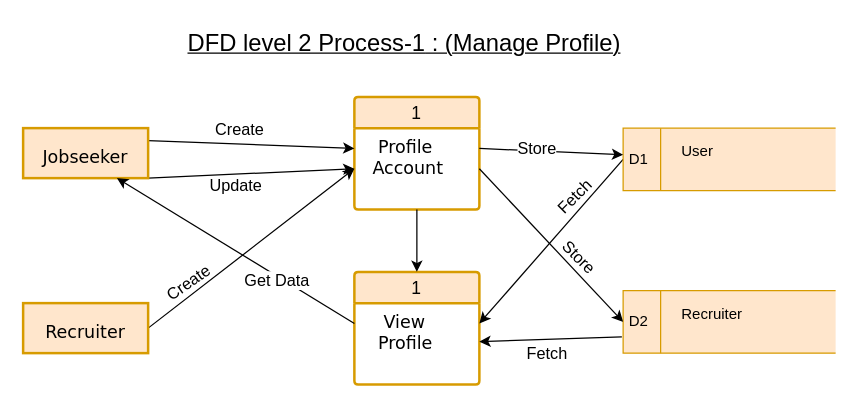
The draw.io diagram page "Page-6" (6 of 10) of public/uploads/Untitled Diagram.drawio in musaddak7/jobportalbd, before the edit. Source tidied: cells renumbered, new cells numbered last; positions are measured from the earlier drawing's top-left corner, leaving out a move shared by most shapes. Both pictures are drawn from the tidied source at 125%, with x=0, y=0 at pixel (22, 21).
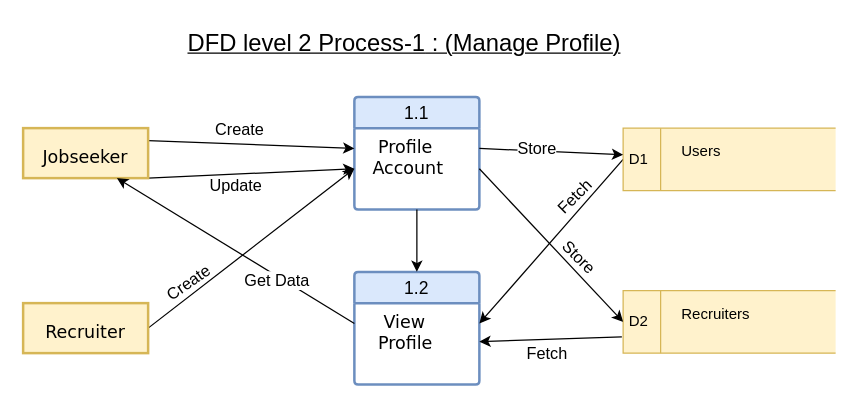
Above is the later version.

The edit, as a diff of the source:
```diff
@@
-    <mxCell id="2" value="1" style="swimlane;horizontal=1;startSize=25;rounded=1;fontSize=14;fontStyle=0;strokeWidth=2;shadow=0;dashed=0;align=center;arcSize=4;whiteSpace=wrap;html=1;fillColor=#ffe6cc;strokeColor=#d79b00;" parent="1" vertex="1">
+    <mxCell id="2" value="1.1" style="swimlane;horizontal=1;startSize=25;rounded=1;fontSize=14;fontStyle=0;strokeWidth=2;shadow=0;dashed=0;align=center;arcSize=4;whiteSpace=wrap;html=1;fillColor=#dae8fc;strokeColor=#6c8ebf;" parent="1" vertex="1">
       <mxGeometry x="265" y="60" width="100" height="90" as="geometry" />
     </mxCell>
@@
-    <mxCell id="4" value="1" style="swimlane;horizontal=1;startSize=25;rounded=1;fontSize=14;fontStyle=0;strokeWidth=2;shadow=0;dashed=0;align=center;arcSize=4;whiteSpace=wrap;html=1;fillColor=#ffe6cc;strokeColor=#d79b00;" parent="1" vertex="1">
+    <mxCell id="4" value="1.2" style="swimlane;horizontal=1;startSize=25;rounded=1;fontSize=14;fontStyle=0;strokeWidth=2;shadow=0;dashed=0;align=center;arcSize=4;whiteSpace=wrap;html=1;fillColor=#dae8fc;strokeColor=#6c8ebf;" parent="1" vertex="1">
       <mxGeometry x="265" y="200" width="100" height="90" as="geometry" />
     </mxCell>
@@
-    <mxCell id="11" value="&lt;font face=&quot;Verdana&quot; style=&quot;font-size: 14px;&quot;&gt;Jobseeker&lt;/font&gt;" style="whiteSpace=wrap;html=1;align=center;labelBackgroundColor=none;labelBorderColor=none;fontSize=14;spacing=20;spacingTop=6;strokeWidth=2;fillColor=#ffe6cc;strokeColor=#d79b00;" parent="1" vertex="1">
+    <mxCell id="11" value="&lt;font face=&quot;Verdana&quot; style=&quot;font-size: 14px;&quot;&gt;Jobseeker&lt;/font&gt;" style="whiteSpace=wrap;html=1;align=center;labelBackgroundColor=none;labelBorderColor=none;fontSize=14;spacing=20;spacingTop=6;strokeWidth=2;fillColor=#fff2cc;strokeColor=#d6b656;" parent="1" vertex="1">
       <mxGeometry y="85" width="100" height="40" as="geometry" />
     </mxCell>
@@
-    <mxCell id="13" value="&lt;font face=&quot;Verdana&quot;&gt;Recruiter&lt;/font&gt;" style="whiteSpace=wrap;html=1;align=center;labelBackgroundColor=none;labelBorderColor=none;fontSize=14;spacing=20;spacingTop=6;strokeWidth=2;fillColor=#ffe6cc;strokeColor=#d79b00;" parent="1" vertex="1">
+    <mxCell id="13" value="&lt;font face=&quot;Verdana&quot;&gt;Recruiter&lt;/font&gt;" style="whiteSpace=wrap;html=1;align=center;labelBackgroundColor=none;labelBorderColor=none;fontSize=14;spacing=20;spacingTop=6;strokeWidth=2;fillColor=#fff2cc;strokeColor=#d6b656;" parent="1" vertex="1">
       <mxGeometry y="225" width="100" height="40" as="geometry" />
     </mxCell>
@@
-    <mxCell id="15" value="D1" style="html=1;dashed=0;whiteSpace=wrap;shape=mxgraph.dfd.dataStoreID;align=left;spacingLeft=3;points=[[0,0],[0.5,0],[1,0],[0,0.5],[1,0.5],[0,1],[0.5,1],[1,1]];fillColor=#ffe6cc;strokeColor=#d79b00;" parent="1" vertex="1">
+    <mxCell id="15" value="D1" style="html=1;dashed=0;whiteSpace=wrap;shape=mxgraph.dfd.dataStoreID;align=left;spacingLeft=3;points=[[0,0],[0.5,0],[1,0],[0,0.5],[1,0.5],[0,1],[0.5,1],[1,1]];fillColor=#fff2cc;strokeColor=#d6b656;" parent="1" vertex="1">
       <mxGeometry x="480" y="85" width="170" height="50" as="geometry" />
     </mxCell>
-    <mxCell id="16" value="&lt;font style=&quot;font-size: 12px;&quot;&gt;User&lt;/font&gt;" style="text;whiteSpace=wrap;html=1;" parent="1" vertex="1">
+    <mxCell id="16" value="&lt;font style=&quot;font-size: 12px;&quot;&gt;Users&lt;/font&gt;" style="text;whiteSpace=wrap;html=1;" parent="1" vertex="1">
       <mxGeometry x="525" y="90" width="120" height="40" as="geometry" />
     </mxCell>
@@
-    <mxCell id="20" value="D2" style="html=1;dashed=0;whiteSpace=wrap;shape=mxgraph.dfd.dataStoreID;align=left;spacingLeft=3;points=[[0,0],[0.5,0],[1,0],[0,0.5],[1,0.5],[0,1],[0.5,1],[1,1]];fillColor=#ffe6cc;strokeColor=#d79b00;" parent="1" vertex="1">
+    <mxCell id="20" value="D2" style="html=1;dashed=0;whiteSpace=wrap;shape=mxgraph.dfd.dataStoreID;align=left;spacingLeft=3;points=[[0,0],[0.5,0],[1,0],[0,0.5],[1,0.5],[0,1],[0.5,1],[1,1]];fillColor=#fff2cc;strokeColor=#d6b656;" parent="1" vertex="1">
       <mxGeometry x="480" y="215" width="170" height="50" as="geometry" />
     </mxCell>
-    <mxCell id="21" value="Recruiter" style="text;whiteSpace=wrap;html=1;" parent="1" vertex="1">
+    <mxCell id="21" value="Recruiters" style="text;whiteSpace=wrap;html=1;" parent="1" vertex="1">
       <mxGeometry x="525" y="220" width="120" height="40" as="geometry" />
     </mxCell>
```
